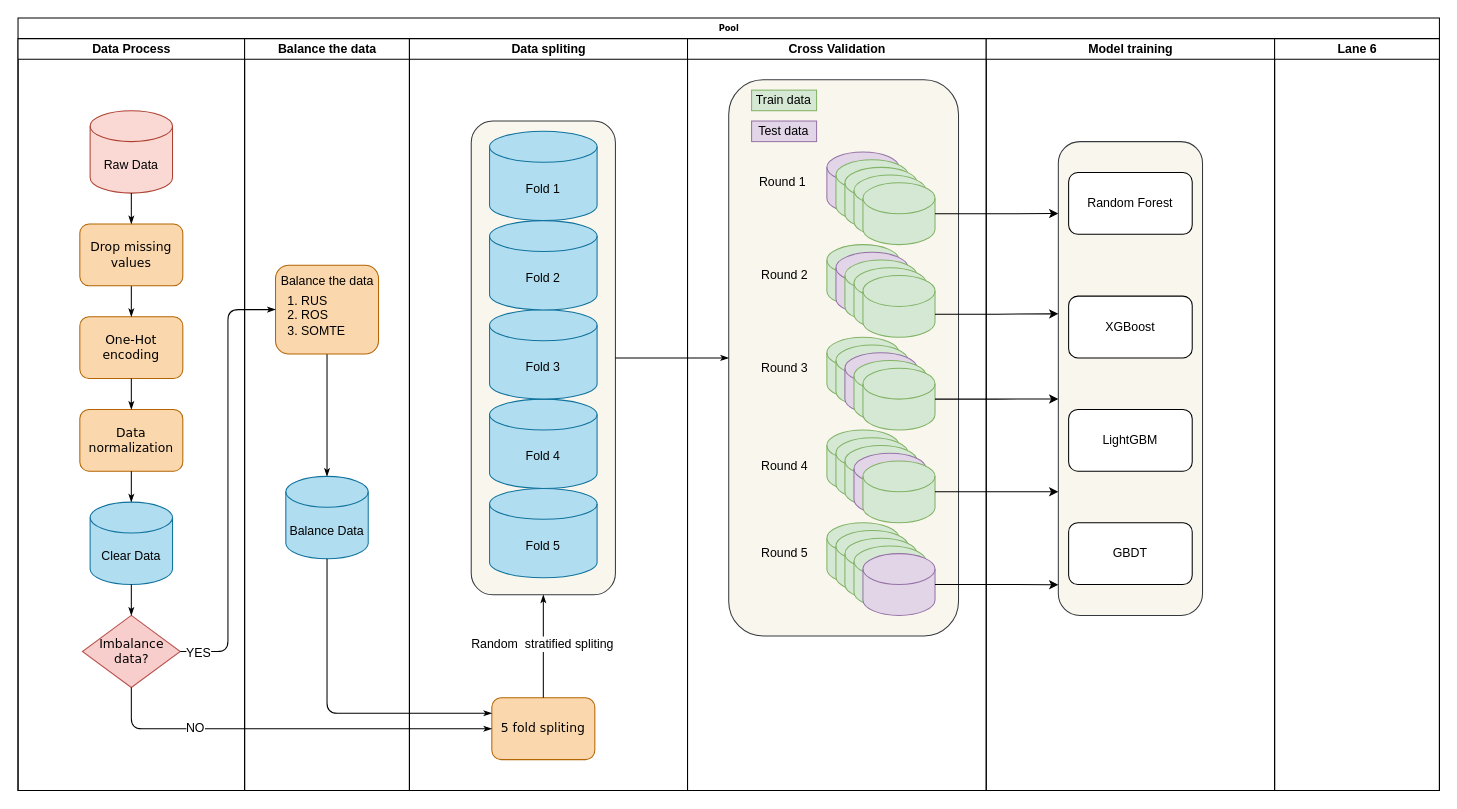
puresummersky/ML_web keeps this draw.io diagram as Untitled Diagram.drawio. Above is the earlier version. Source tidied: cells renumbered, new cells numbered last; positions are measured from the earlier drawing's top-left corner, leaving out a move shared by most shapes. Both pictures are drawn from the tidied source at 103%, with x=0, y=0 at pixel (18, 18).
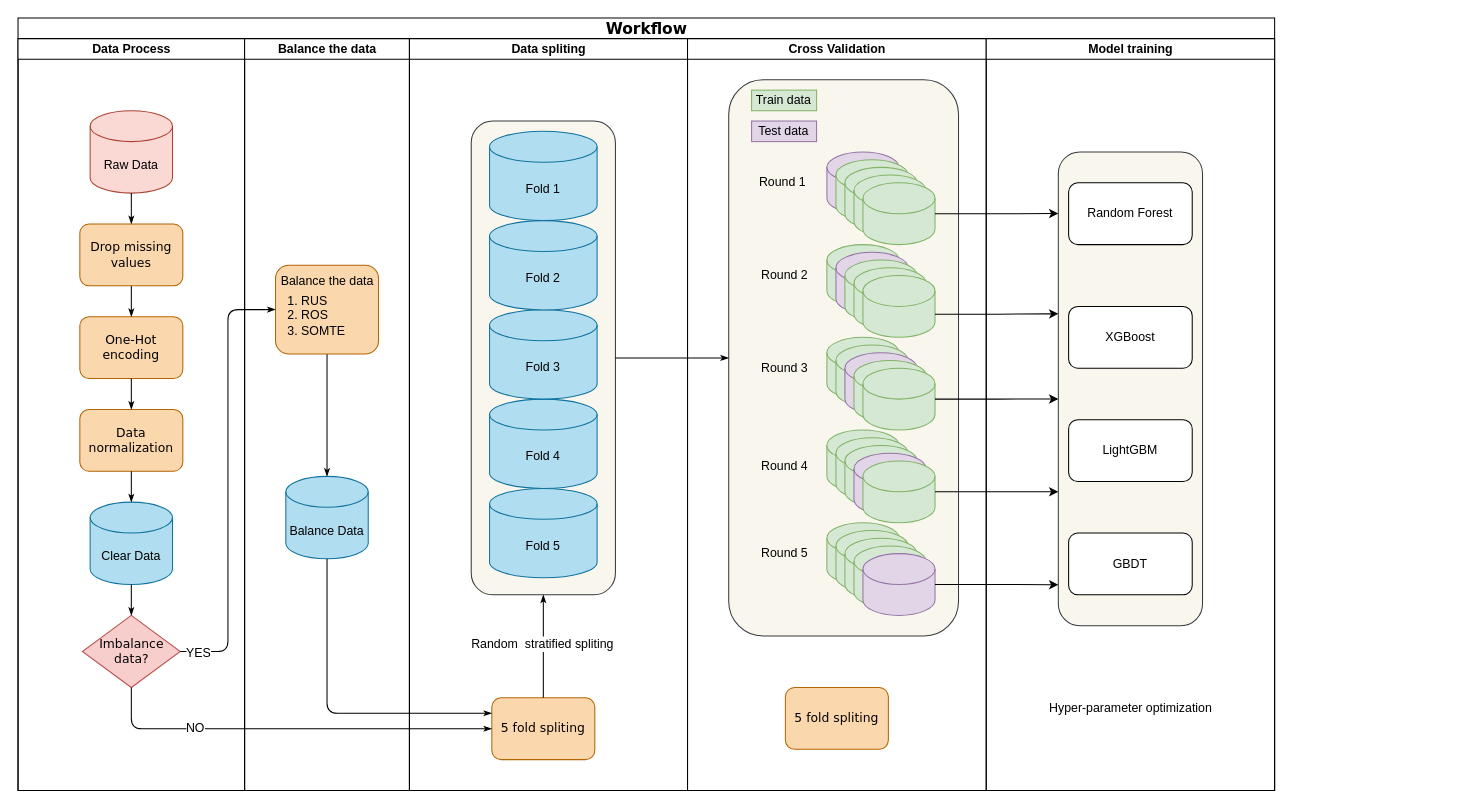
The same page after the edit.

Commit message:
ready for extracting

The change refers to these unchanged cells:
```xml
<mxCell id="31" value="Cross Validation" style="swimlane;html=1;startSize=20;" parent="2" vertex="1">
  <mxGeometry x="650" y="20" width="290" height="730" as="geometry" />
</mxCell>
<mxCell id="67" value="Model training" style="swimlane;html=1;startSize=20;" parent="2" vertex="1">
  <mxGeometry x="940" y="20" width="280" height="730" as="geometry" />
</mxCell>
```

The edit, as a diff of the source:
```diff
@@
-    <mxCell id="2" value="Pool" style="swimlane;html=1;startSize=20;rounded=0;shadow=0;labelBackgroundColor=none;strokeWidth=1;fontFamily=Verdana;fontSize=8;align=center;" parent="1" vertex="1">
-      <mxGeometry width="1380" height="750" as="geometry" />
+    <mxCell id="2" value="&lt;font style=&quot;font-size: 15px&quot;&gt;Workflow&lt;/font&gt;" style="swimlane;html=1;startSize=20;rounded=0;shadow=0;labelBackgroundColor=none;strokeWidth=1;fontFamily=Verdana;fontSize=8;align=center;" parent="1" vertex="1">
+      <mxGeometry width="1220" height="750" as="geometry" />
     </mxCell>
@@
+    <mxCell id="85" value="5 fold spliting" style="rounded=1;whiteSpace=wrap;html=1;shadow=0;labelBackgroundColor=none;strokeWidth=1;fontFamily=Verdana;fontSize=12;align=center;fillColor=#fad7ac;strokeColor=#b46504;" parent="31" vertex="1">
+      <mxGeometry x="95" y="630" width="100" height="60" as="geometry" />
+    </mxCell>
@@
     <mxCell id="68" style="rounded=1;whiteSpace=wrap;html=1;fontSize=12;strokeWidth=1;fillColor=#f9f7ed;strokeColor=#36393d;" parent="67" vertex="1">
-      <mxGeometry x="70" y="100" width="140" height="460" as="geometry" />
+      <mxGeometry x="70" y="110" width="140" height="460" as="geometry" />
     </mxCell>
     <mxCell id="69" value="Random Forest" style="rounded=1;whiteSpace=wrap;html=1;shadow=0;glass=0;sketch=0;fontSize=12;strokeColor=default;strokeWidth=1;" parent="67" vertex="1">
-      <mxGeometry x="80" y="130" width="120" height="60" as="geometry" />
+      <mxGeometry x="80" y="140" width="120" height="60" as="geometry" />
     </mxCell>
     <mxCell id="70" value="XGBoost" style="rounded=1;whiteSpace=wrap;html=1;shadow=0;glass=0;sketch=0;fontSize=12;strokeColor=default;strokeWidth=1;" parent="67" vertex="1">
-      <mxGeometry x="80" y="250" width="120" height="60" as="geometry" />
+      <mxGeometry x="80" y="260" width="120" height="60" as="geometry" />
     </mxCell>
     <mxCell id="71" value="GBDT" style="rounded=1;whiteSpace=wrap;html=1;shadow=0;glass=0;sketch=0;fontSize=12;strokeColor=default;strokeWidth=1;" parent="67" vertex="1">
-      <mxGeometry x="80" y="470" width="120" height="60" as="geometry" />
+      <mxGeometry x="80" y="480" width="120" height="60" as="geometry" />
     </mxCell>
     <mxCell id="72" value="LightGBM" style="rounded=1;whiteSpace=wrap;html=1;shadow=0;glass=0;sketch=0;fontSize=12;strokeColor=default;strokeWidth=1;" parent="67" vertex="1">
-      <mxGeometry x="80" y="360" width="120" height="60" as="geometry" />
+      <mxGeometry x="80" y="370" width="120" height="60" as="geometry" />
     </mxCell>
-    <mxCell id="73" value="Lane 6" style="swimlane;html=1;startSize=20;" parent="2" vertex="1">
-      <mxGeometry x="1220" y="20" width="160" height="730" as="geometry" />
-    </mxCell>
+    <mxCell id="86" value="Hyper-parameter optimization" style="text;html=1;align=center;verticalAlign=middle;strokeColor=none;fillColor=none;fontSize=12;" parent="67" vertex="1">
+      <mxGeometry x="55" y="640" width="170" height="20" as="geometry" />
+    </mxCell>
```
